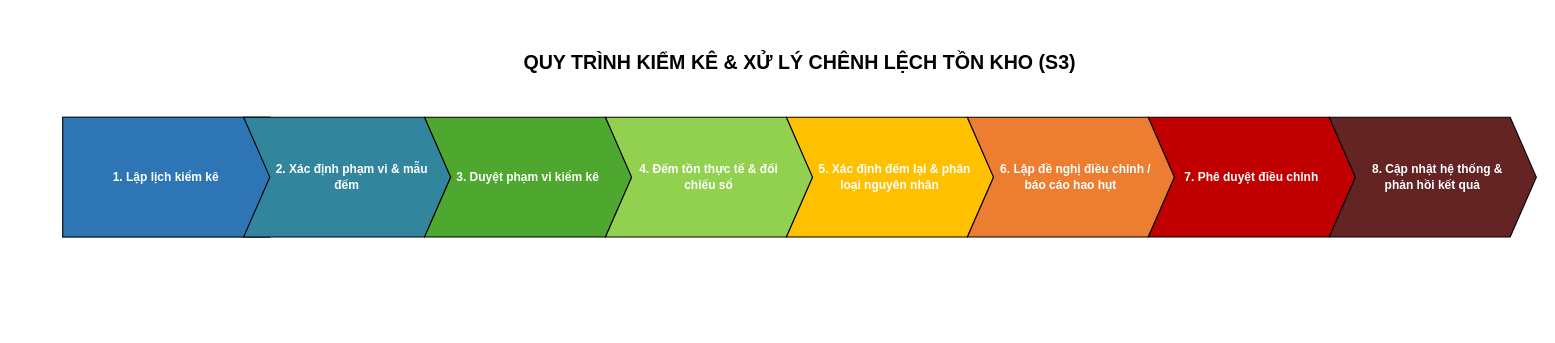
Above: page "chevron-s3" (5 of 10) of docs/workspaces/NguyenCongHung/svg/bpmn.drawio in anthinh-io/bpm-acfc-vietnam-analysis (draw.io), before the change. Source tidied: cells renumbered, new cells numbered last; positions are measured from the earlier drawing's top-left corner, leaving out a move shared by most shapes. Both pictures are drawn from the tidied source at 109%, with x=0, y=0 at pixel (62, 40).
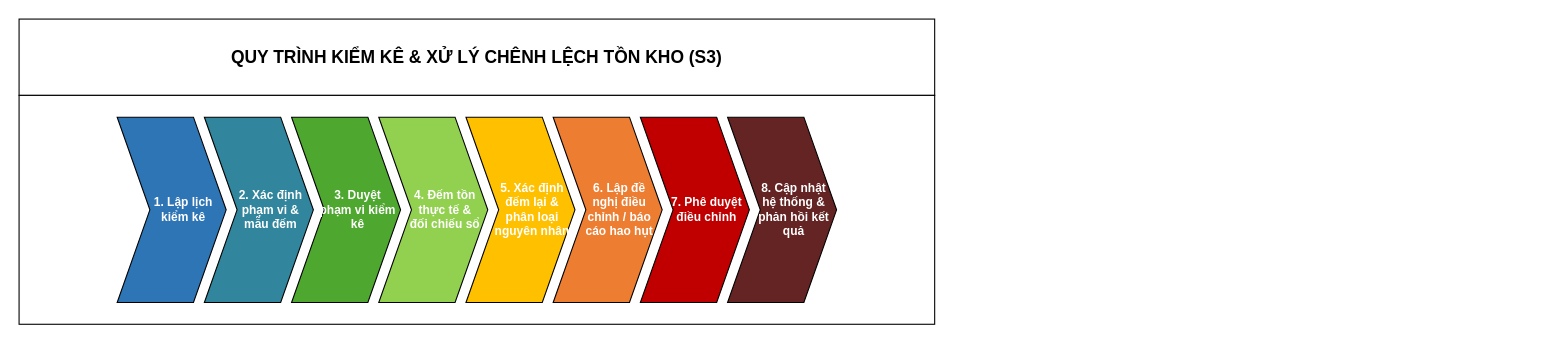
The same page after the edit.

Change to the diagram source:
```diff
@@
 <mxGraphModel>
   <root>
     <mxCell id="0" />
     <mxCell id="1" parent="0" />
-    <mxCell id="2" value="QUY TRÌNH KIỂM KÊ &amp; XỬ LÝ CHÊNH LỆCH TỒN KHO (S3)" style="text;html=1;align=center;verticalAlign=middle;fontSize=18;fontStyle=1;fontColor=#000000;" parent="1" vertex="1">
-      <mxGeometry width="1352" height="40" as="geometry" />
+    <mxCell id="2" value="QUY TRÌNH KIỂM KÊ &amp; XỬ LÝ CHÊNH LỆCH TỒN KHO (S3)" style="rounded=0;whiteSpace=wrap;html=1;align=center;verticalAlign=middle;fontSize=16;fontStyle=1;fontColor=#000000;" parent="1" vertex="1">
+      <mxGeometry x="-40" y="-20" width="840" height="70" as="geometry" />
     </mxCell>
+    <mxCell id="11" style="rounded=0;whiteSpace=wrap;html=1;" parent="1" vertex="1">
+      <mxGeometry x="-40" y="50" width="840" height="210" as="geometry" />
+    </mxCell>
-    <mxCell id="3" value="1. Lập lịch kiểm kê" style="rounded=0;whiteSpace=wrap;html=1;fillColor=#2E75B6;strokeColor=#000000;fontColor=#ffffff;fontSize=11;fontStyle=1;align=center;verticalAlign=middle;spacing=18;" parent="1" vertex="1">
-      <mxGeometry y="70" width="190" height="110" as="geometry" />
+    <mxCell id="3" value="1. Lập lịch&lt;br&gt;kiểm kê" style="html=1;shadow=0;dashed=0;align=center;verticalAlign=middle;shape=mxgraph.arrows2.arrow;dy=0;dx=30;notch=30;whiteSpace=wrap;spacingLeft=22;fillColor=#2E75B6;strokeColor=#000000;fontColor=#ffffff;fontSize=11;fontStyle=1;" parent="1" vertex="1">
+      <mxGeometry x="50" y="70" width="100" height="170" as="geometry" />
     </mxCell>
-    <mxCell id="4" value="&amp;nbsp; &amp;nbsp;2. Xác định phạm vi &amp;amp; mẫu đếm" style="rounded=0;whiteSpace=wrap;html=1;shape=step;perimeter=stepPerimeter;fixedSize=1;size=24;fillColor=#31859C;strokeColor=#000000;fontColor=#ffffff;fontSize=11;fontStyle=1;align=center;verticalAlign=middle;spacing=18;" parent="1" vertex="1">
-      <mxGeometry x="166" y="70" width="190" height="110" as="geometry" />
+    <mxCell id="4" value="2. Xác định&lt;br&gt;phạm vi &amp;&lt;br&gt;mẫu đếm" style="html=1;shadow=0;dashed=0;align=center;verticalAlign=middle;shape=mxgraph.arrows2.arrow;dy=0;dx=30;notch=30;whiteSpace=wrap;spacingLeft=22;fillColor=#31859C;strokeColor=#000000;fontColor=#ffffff;fontSize=11;fontStyle=1;" parent="1" vertex="1">
+      <mxGeometry x="130" y="70" width="100" height="170" as="geometry" />
     </mxCell>
-    <mxCell id="5" value="3. Duyệt phạm vi kiểm kê" style="rounded=0;whiteSpace=wrap;html=1;shape=step;perimeter=stepPerimeter;fixedSize=1;size=24;fillColor=#4EA72E;strokeColor=#000000;fontColor=#ffffff;fontSize=11;fontStyle=1;align=center;verticalAlign=middle;spacing=18;" parent="1" vertex="1">
-      <mxGeometry x="332" y="70" width="190" height="110" as="geometry" />
+    <mxCell id="5" value="3. Duyệt&lt;br&gt;phạm vi kiểm&lt;br&gt;kê" style="html=1;shadow=0;dashed=0;align=center;verticalAlign=middle;shape=mxgraph.arrows2.arrow;dy=0;dx=30;notch=30;whiteSpace=wrap;spacingLeft=22;fillColor=#4EA72E;strokeColor=#000000;fontColor=#ffffff;fontSize=11;fontStyle=1;" parent="1" vertex="1">
+      <mxGeometry x="210" y="70" width="100" height="170" as="geometry" />
     </mxCell>
-    <mxCell id="6" value="4. Đếm tồn thực tế &amp; đối chiếu sổ" style="rounded=0;whiteSpace=wrap;html=1;shape=step;perimeter=stepPerimeter;fixedSize=1;size=24;fillColor=#92D050;strokeColor=#000000;fontColor=#ffffff;fontSize=11;fontStyle=1;align=center;verticalAlign=middle;spacing=18;" parent="1" vertex="1">
-      <mxGeometry x="498" y="70" width="190" height="110" as="geometry" />
+    <mxCell id="6" value="4. Đếm tồn&lt;br&gt;thực tế &amp;&lt;br&gt;đối chiếu sổ" style="html=1;shadow=0;dashed=0;align=center;verticalAlign=middle;shape=mxgraph.arrows2.arrow;dy=0;dx=30;notch=30;whiteSpace=wrap;spacingLeft=22;fillColor=#92D050;strokeColor=#000000;fontColor=#ffffff;fontSize=11;fontStyle=1;" parent="1" vertex="1">
+      <mxGeometry x="290" y="70" width="100" height="170" as="geometry" />
     </mxCell>
-    <mxCell id="7" value="&amp;nbsp; &amp;nbsp;5. Xác định đếm lại &amp;amp; phân loại nguyên nhân" style="rounded=0;whiteSpace=wrap;html=1;shape=step;perimeter=stepPerimeter;fixedSize=1;size=24;fillColor=#FFC000;strokeColor=#000000;fontColor=#ffffff;fontSize=11;fontStyle=1;align=center;verticalAlign=middle;spacing=18;" parent="1" vertex="1">
-      <mxGeometry x="664" y="70" width="190" height="110" as="geometry" />
+    <mxCell id="7" value="5. Xác định&lt;br&gt;đếm lại &amp;&lt;br&gt;phân loại&lt;br&gt;nguyên nhân" style="html=1;shadow=0;dashed=0;align=center;verticalAlign=middle;shape=mxgraph.arrows2.arrow;dy=0;dx=30;notch=30;whiteSpace=wrap;spacingLeft=22;fillColor=#FFC000;strokeColor=#000000;fontColor=#ffffff;fontSize=11;fontStyle=1;" parent="1" vertex="1">
+      <mxGeometry x="370" y="70" width="100" height="170" as="geometry" />
     </mxCell>
-    <mxCell id="8" value="&amp;nbsp; &amp;nbsp;6. Lập đề nghị điều chỉnh / báo cáo hao hụt" style="rounded=0;whiteSpace=wrap;html=1;shape=step;perimeter=stepPerimeter;fixedSize=1;size=24;fillColor=#ED7D31;strokeColor=#000000;fontColor=#ffffff;fontSize=11;fontStyle=1;align=center;verticalAlign=middle;spacing=18;" parent="1" vertex="1">
-      <mxGeometry x="830" y="70" width="190" height="110" as="geometry" />
+    <mxCell id="8" value="6. Lập đề&lt;br&gt;nghị điều&lt;br&gt;chỉnh / báo&lt;br&gt;cáo hao hụt" style="html=1;shadow=0;dashed=0;align=center;verticalAlign=middle;shape=mxgraph.arrows2.arrow;dy=0;dx=30;notch=30;whiteSpace=wrap;spacingLeft=22;fillColor=#ED7D31;strokeColor=#000000;fontColor=#ffffff;fontSize=11;fontStyle=1;" parent="1" vertex="1">
+      <mxGeometry x="450" y="70" width="100" height="170" as="geometry" />
     </mxCell>
-    <mxCell id="9" value="7. Phê duyệt điều chỉnh" style="rounded=0;whiteSpace=wrap;html=1;shape=step;perimeter=stepPerimeter;fixedSize=1;size=24;fillColor=#C00000;strokeColor=#000000;fontColor=#ffffff;fontSize=11;fontStyle=1;align=center;verticalAlign=middle;spacing=18;" parent="1" vertex="1">
-      <mxGeometry x="996" y="70" width="190" height="110" as="geometry" />
+    <mxCell id="9" value="7. Phê duyệt&lt;br&gt;điều chỉnh" style="html=1;shadow=0;dashed=0;align=center;verticalAlign=middle;shape=mxgraph.arrows2.arrow;dy=0;dx=30;notch=30;whiteSpace=wrap;spacingLeft=22;fillColor=#C00000;strokeColor=#000000;fontColor=#ffffff;fontSize=11;fontStyle=1;" parent="1" vertex="1">
+      <mxGeometry x="530" y="70" width="100" height="170" as="geometry" />
     </mxCell>
-    <mxCell id="10" value="&amp;nbsp; &amp;nbsp;8. Cập nhật hệ thống &amp;amp; phản hồi kết quả" style="rounded=0;whiteSpace=wrap;html=1;shape=step;perimeter=stepPerimeter;fixedSize=1;size=24;fillColor=#632423;strokeColor=#000000;fontColor=#ffffff;fontSize=11;fontStyle=1;align=center;verticalAlign=middle;spacing=18;" parent="1" vertex="1">
-      <mxGeometry x="1162" y="70" width="190" height="110" as="geometry" />
+    <mxCell id="10" value="8. Cập nhật&lt;br&gt;hệ thống &amp;&lt;br&gt;phản hồi kết&lt;br&gt;quả" style="html=1;shadow=0;dashed=0;align=center;verticalAlign=middle;shape=mxgraph.arrows2.arrow;dy=0;dx=30;notch=30;whiteSpace=wrap;spacingLeft=22;fillColor=#632423;strokeColor=#000000;fontColor=#ffffff;fontSize=11;fontStyle=1;" parent="1" vertex="1">
+      <mxGeometry x="610" y="70" width="100" height="170" as="geometry" />
     </mxCell>
   </root>
 </mxGraphModel>
```
